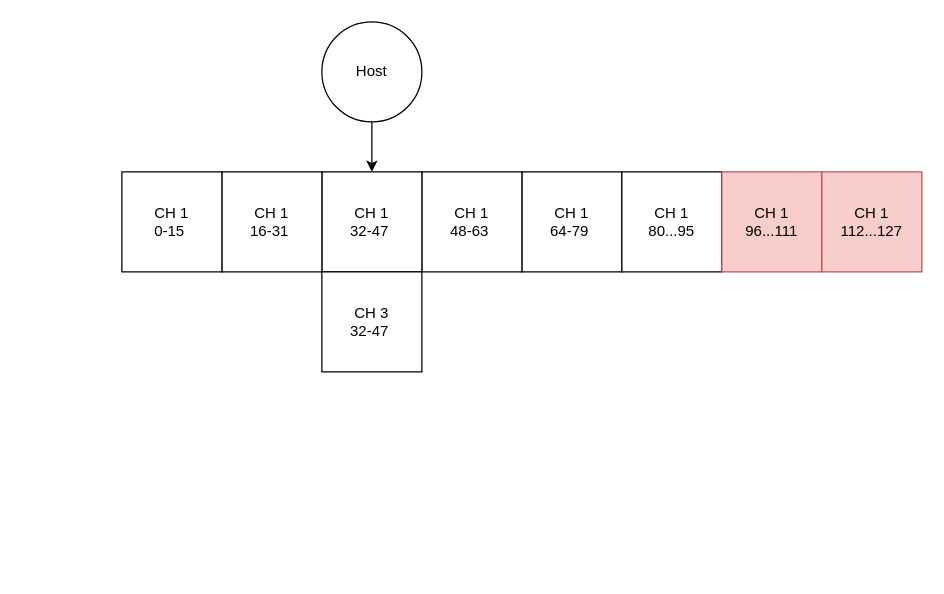
Above: page "Midi Mapping" (5 of 5) of Docu/FirmwareFlow.drawio in intechstudio/grid-fw (draw.io), before the change. Source tidied: cells renumbered, new cells numbered last; positions are measured from the earlier drawing's top-left corner, leaving out a move shared by most shapes. Both pictures are drawn from the tidied source at 125%, with x=0, y=0 at pixel (121, 21).
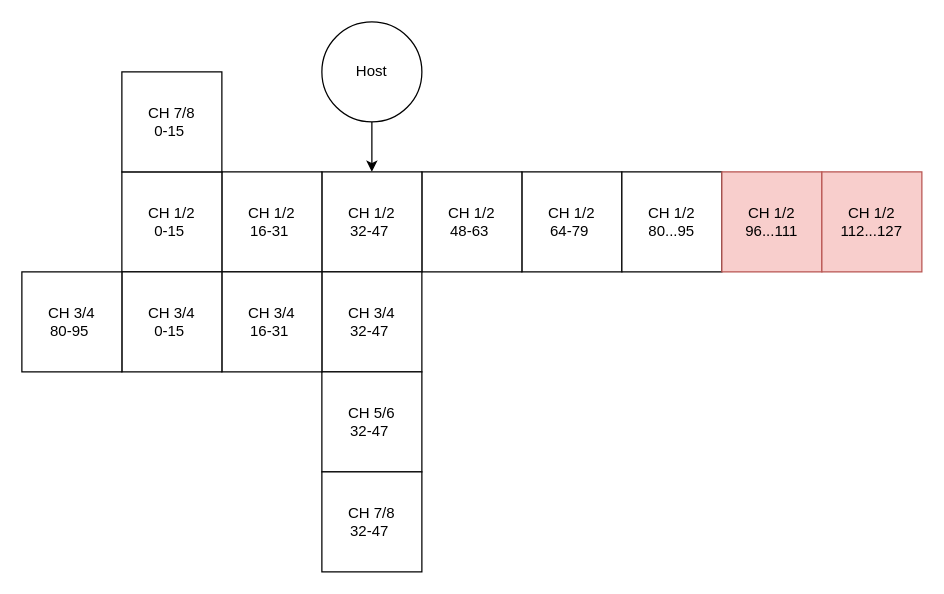
The same diagram, later.

Change to the diagram source:
```diff
@@
 <mxGraphModel>
   <root>
     <mxCell id="0" />
     <mxCell id="1" parent="0" />
     <mxCell id="2" style="edgeStyle=orthogonalEdgeStyle;rounded=0;jettySize=auto;html=1;exitX=0.5;exitY=1;exitDx=0;exitDy=0;entryX=0.5;entryY=0;entryDx=0;entryDy=0;" parent="1" edge="1" source="3" target="7">
       <mxGeometry relative="1" as="geometry" />
     </mxCell>
     <mxCell id="3" value="Host" style="ellipse;whiteSpace=wrap;html=1;" parent="1" vertex="1">
       <mxGeometry x="160" width="80" height="80" as="geometry" />
     </mxCell>
-    <mxCell id="4" value="CH 1&lt;br&gt;64-79&amp;nbsp;" style="whiteSpace=wrap;html=1;" parent="1" vertex="1">
+    <mxCell id="4" value="CH 1/2&lt;br&gt;64-79&amp;nbsp;" style="whiteSpace=wrap;html=1;" parent="1" vertex="1">
       <mxGeometry x="320" y="120" width="80" height="80" as="geometry" />
     </mxCell>
-    <mxCell id="5" value="CH 1&lt;br&gt;80...95" style="whiteSpace=wrap;html=1;" parent="1" vertex="1">
+    <mxCell id="5" value="CH 1/2&lt;br&gt;80...95" style="whiteSpace=wrap;html=1;" parent="1" vertex="1">
       <mxGeometry x="400" y="120" width="80" height="80" as="geometry" />
     </mxCell>
-    <mxCell id="6" value="CH 1&lt;br&gt;48-63&amp;nbsp;" style="whiteSpace=wrap;html=1;" parent="1" vertex="1">
+    <mxCell id="6" value="CH 1/2&lt;br&gt;48-63&amp;nbsp;" style="whiteSpace=wrap;html=1;" parent="1" vertex="1">
       <mxGeometry x="240" y="120" width="80" height="80" as="geometry" />
     </mxCell>
-    <mxCell id="7" value="CH 1&lt;br&gt;32-47&amp;nbsp;" style="whiteSpace=wrap;html=1;" parent="1" vertex="1">
+    <mxCell id="7" value="CH 1/2&lt;br&gt;32-47&amp;nbsp;" style="whiteSpace=wrap;html=1;" parent="1" vertex="1">
       <mxGeometry x="160" y="120" width="80" height="80" as="geometry" />
     </mxCell>
-    <mxCell id="8" value="CH 1&lt;br&gt;16-31&amp;nbsp;" style="whiteSpace=wrap;html=1;" parent="1" vertex="1">
+    <mxCell id="8" value="CH 1/2&lt;br&gt;16-31&amp;nbsp;" style="whiteSpace=wrap;html=1;" parent="1" vertex="1">
       <mxGeometry x="80" y="120" width="80" height="80" as="geometry" />
     </mxCell>
-    <mxCell id="9" value="CH 1&lt;br&gt;0-15&amp;nbsp;" style="whiteSpace=wrap;html=1;" parent="1" vertex="1">
+    <mxCell id="9" value="CH 1/2&lt;br&gt;0-15&amp;nbsp;" style="whiteSpace=wrap;html=1;" parent="1" vertex="1">
       <mxGeometry y="120" width="80" height="80" as="geometry" />
     </mxCell>
-    <mxCell id="10" value="CH 1&lt;br&gt;96...111" style="whiteSpace=wrap;html=1;fillColor=#f8cecc;strokeColor=#b85450;" parent="1" vertex="1">
+    <mxCell id="10" value="CH 1/2&lt;br&gt;96...111" style="whiteSpace=wrap;html=1;fillColor=#f8cecc;strokeColor=#b85450;" parent="1" vertex="1">
       <mxGeometry x="480" y="120" width="80" height="80" as="geometry" />
     </mxCell>
-    <mxCell id="11" value="CH 1&lt;br&gt;112...127" style="whiteSpace=wrap;html=1;fillColor=#f8cecc;strokeColor=#b85450;" parent="1" vertex="1">
+    <mxCell id="11" value="CH 1/2&lt;br&gt;112...127" style="whiteSpace=wrap;html=1;fillColor=#f8cecc;strokeColor=#b85450;" parent="1" vertex="1">
       <mxGeometry x="560" y="120" width="80" height="80" as="geometry" />
     </mxCell>
-    <mxCell id="12" value="CH 3&lt;br&gt;32-47&amp;nbsp;" style="whiteSpace=wrap;html=1;" parent="1" vertex="1">
+    <mxCell id="12" value="CH 3/4&lt;br&gt;32-47&amp;nbsp;" style="whiteSpace=wrap;html=1;" parent="1" vertex="1">
       <mxGeometry x="160" y="200" width="80" height="80" as="geometry" />
     </mxCell>
+    <mxCell id="13" value="CH 5/6&lt;br&gt;32-47&amp;nbsp;" style="whiteSpace=wrap;html=1;" parent="1" vertex="1">
+      <mxGeometry x="160" y="280" width="80" height="80" as="geometry" />
+    </mxCell>
+    <mxCell id="14" value="CH 7/8&lt;br&gt;32-47&amp;nbsp;" style="whiteSpace=wrap;html=1;" parent="1" vertex="1">
+      <mxGeometry x="160" y="360" width="80" height="80" as="geometry" />
+    </mxCell>
+    <mxCell id="15" value="CH 7/8&lt;br&gt;0-15&amp;nbsp;" style="whiteSpace=wrap;html=1;" parent="1" vertex="1">
+      <mxGeometry y="40" width="80" height="80" as="geometry" />
+    </mxCell>
+    <mxCell id="16" value="CH 3/4&lt;br&gt;16-31&amp;nbsp;" style="whiteSpace=wrap;html=1;" parent="1" vertex="1">
+      <mxGeometry x="80" y="200" width="80" height="80" as="geometry" />
+    </mxCell>
+    <mxCell id="17" value="CH 3/4&lt;br&gt;0-15&amp;nbsp;" style="whiteSpace=wrap;html=1;" parent="1" vertex="1">
+      <mxGeometry y="200" width="80" height="80" as="geometry" />
+    </mxCell>
+    <mxCell id="18" value="CH 3/4&lt;br&gt;80-95&amp;nbsp;" style="whiteSpace=wrap;html=1;" parent="1" vertex="1">
+      <mxGeometry x="-80" y="200" width="80" height="80" as="geometry" />
+    </mxCell>
   </root>
 </mxGraphModel>
```
